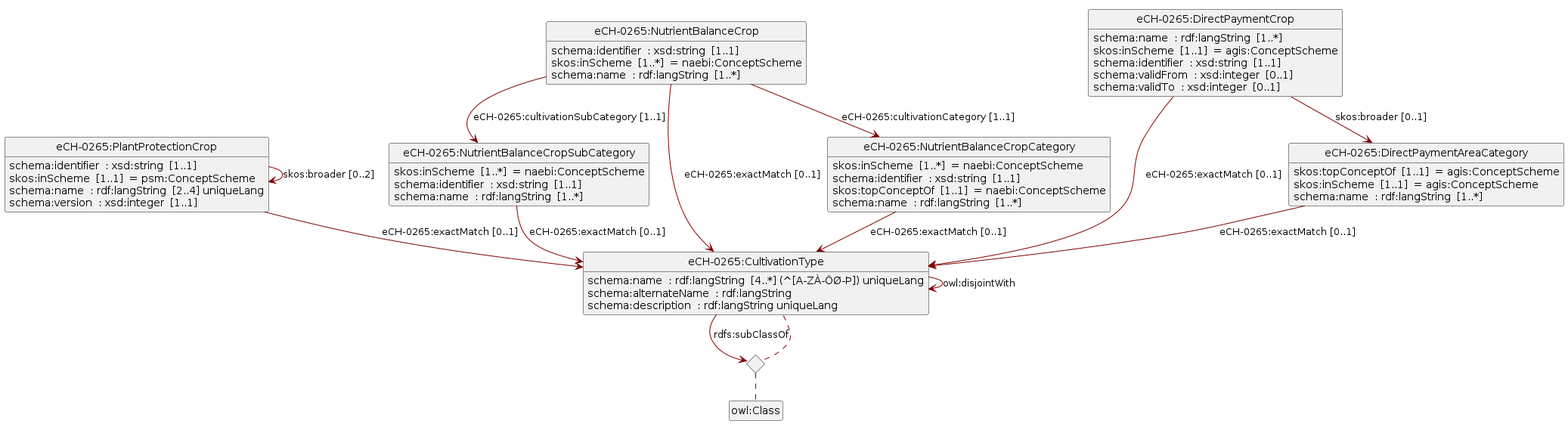
This is assets/img/uml.png from blw-ofag-ufag/eCH-0265, a PlantUML export, as it was before one commit.
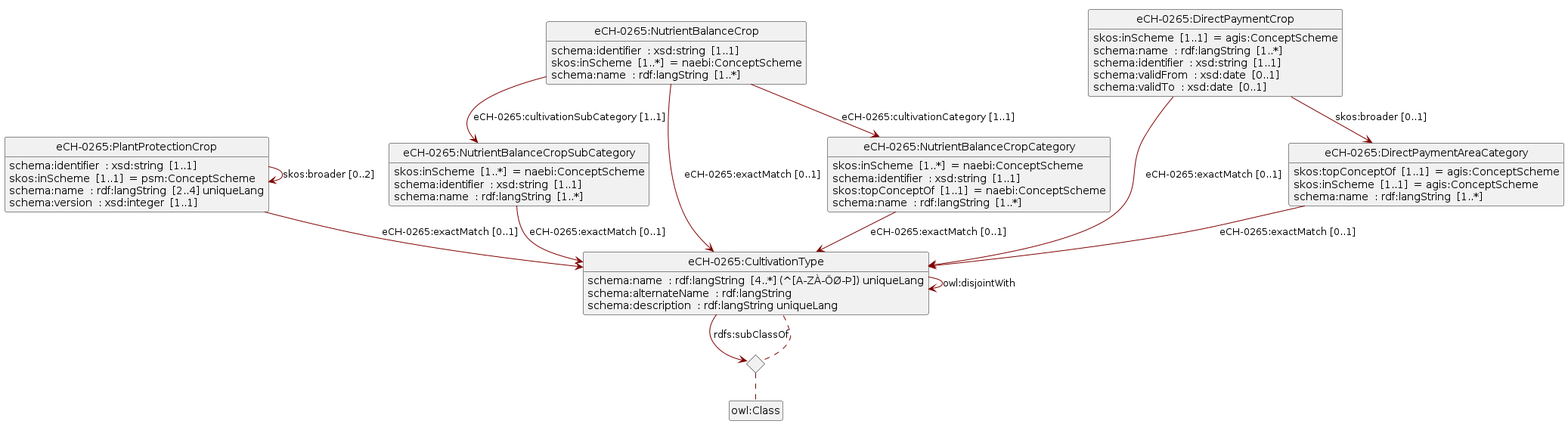
Above is the later version.

What changed in the source:
```diff
@@ -34,21 +34,21 @@
 "eCH-0265:NutrientBalanceCrop" --> "eCH-0265:NutrientBalanceCropCategory" : eCH-0265:cultivationCategory<U+00A0>[1..1]
 "eCH-0265:NutrientBalanceCrop" --> "eCH-0265:CultivationType" : eCH-0265:exactMatch<U+00A0>[0..1]
 Class "eCH-0265:DirectPaymentCrop"
+"eCH-0265:DirectPaymentCrop" : skos:inScheme  [1..1]  = agis:ConceptScheme
 "eCH-0265:DirectPaymentCrop" : schema:name  : rdf:langString  [1..*]
-"eCH-0265:DirectPaymentCrop" : skos:inScheme  [1..1]  = agis:ConceptScheme
 "eCH-0265:DirectPaymentCrop" : schema:identifier  : xsd:string  [1..1]
-"eCH-0265:DirectPaymentCrop" : schema:validFrom  : xsd:integer  [0..1]
-"eCH-0265:DirectPaymentCrop" : schema:validTo  : xsd:integer  [0..1]
+"eCH-0265:DirectPaymentCrop" : schema:validFrom  : xsd:date  [0..1]
+"eCH-0265:DirectPaymentCrop" : schema:validTo  : xsd:date  [0..1]
 "eCH-0265:DirectPaymentCrop" --> "eCH-0265:DirectPaymentAreaCategory" : skos:broader<U+00A0>[0..1]
 "eCH-0265:DirectPaymentCrop" --> "eCH-0265:CultivationType" : eCH-0265:exactMatch<U+00A0>[0..1]
 Class "eCH-0265:CultivationType"
 "eCH-0265:CultivationType" : schema:name  : rdf:langString  [4..*] {field} (^[A-ZÀ-ÖØ-Þ]) uniqueLang
 "eCH-0265:CultivationType" : schema:alternateName  : rdf:langString
 "eCH-0265:CultivationType" : schema:description  : rdf:langString uniqueLang
-<> diamond_CultivationType_6f498e767b1e79747ae8d5374b9884af
-"eCH-0265:CultivationType" --> "diamond_CultivationType_6f498e767b1e79747ae8d5374b9884af" : rdfs:subClassOf
-diamond_CultivationType_6f498e767b1e79747ae8d5374b9884af ..  "eCH-0265:CultivationType"
-diamond_CultivationType_6f498e767b1e79747ae8d5374b9884af ..  "owl:Class"
+<> diamond_CultivationType_85158e5d6e4c0e7a460ef1db0066e258
+"eCH-0265:CultivationType" --> "diamond_CultivationType_85158e5d6e4c0e7a460ef1db0066e258" : rdfs:subClassOf
+diamond_CultivationType_85158e5d6e4c0e7a460ef1db0066e258 ..  "eCH-0265:CultivationType"
+diamond_CultivationType_85158e5d6e4c0e7a460ef1db0066e258 ..  "owl:Class"
 "eCH-0265:CultivationType" --> "eCH-0265:CultivationType" : owl:disjointWith
 Class "eCH-0265:DirectPaymentAreaCategory"
 "eCH-0265:DirectPaymentAreaCategory" : skos:topConceptOf  [1..1]  = agis:ConceptScheme
```
